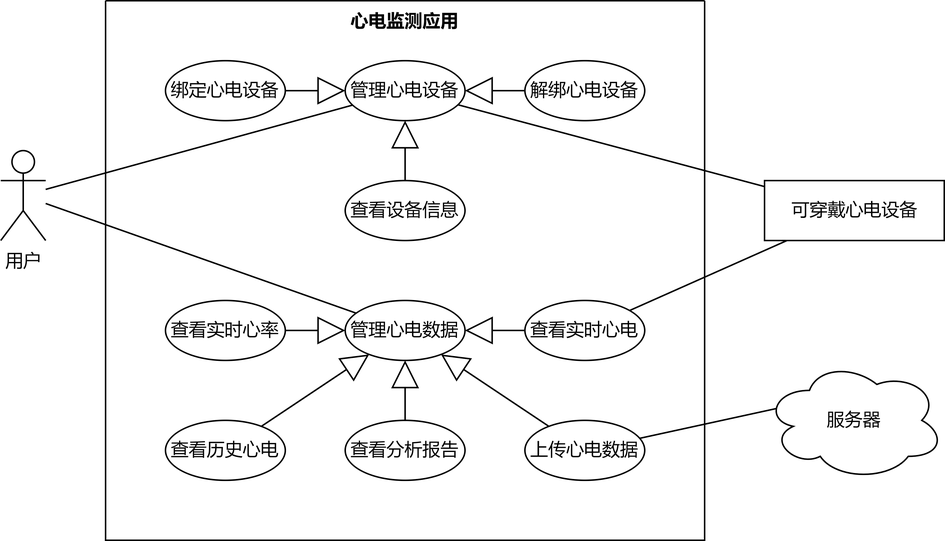
The draw.io diagram assets/use-case.drawio.png in CCXXXI/thesis, before a commit. Source tidied: cells renumbered, new cells last; positions are measured from the earlier drawing's top-left corner, leaving out a move shared by most shapes. Its diagram source:
```xml
<mxGraphModel>
  <root>
    <mxCell id="0" />
    <mxCell id="1" parent="0" />
    <mxCell id="2" style="edgeStyle=none;rounded=0;jettySize=auto;html=1;endArrow=none;endFill=0;" parent="1" edge="1" source="4" target="10">
      <mxGeometry relative="1" as="geometry" />
    </mxCell>
    <mxCell id="3" style="edgeStyle=none;rounded=0;jettySize=auto;html=1;endArrow=none;endFill=0;" parent="1" edge="1" source="4" target="11">
      <mxGeometry relative="1" as="geometry" />
    </mxCell>
    <mxCell id="4" value="用户" style="shape=umlActor;verticalLabelPosition=bottom;verticalAlign=top;html=1;outlineConnect=0;" parent="1" vertex="1">
      <mxGeometry y="100" width="30" height="60" as="geometry" />
    </mxCell>
    <mxCell id="5" style="edgeStyle=none;rounded=0;jettySize=auto;html=1;endArrow=none;endFill=0;exitX=0.07;exitY=0.4;exitDx=0;exitDy=0;exitPerimeter=0;" parent="1" edge="1" source="6" target="22">
      <mxGeometry relative="1" as="geometry" />
    </mxCell>
    <mxCell id="6" value="服务器" style="ellipse;shape=cloud;whiteSpace=wrap;html=1;" parent="1" vertex="1">
      <mxGeometry x="510" y="240" width="120" height="80" as="geometry" />
    </mxCell>
    <mxCell id="7" style="edgeStyle=none;rounded=0;jettySize=auto;html=1;endArrow=none;endFill=0;" parent="1" edge="1" source="29" target="10">
      <mxGeometry relative="1" as="geometry" />
    </mxCell>
    <mxCell id="8" style="swimlane;startSize=0;" parent="1" vertex="1">
      <mxGeometry x="70" width="400" height="360" as="geometry" />
    </mxCell>
    <mxCell id="9" value="心电监测应用" style="text;align=center;fontStyle=1;verticalAlign=middle;spacingLeft=3;spacingRight=3;strokeColor=none;" parent="8" vertex="1">
      <mxGeometry x="160" width="80" height="26" as="geometry" />
    </mxCell>
    <mxCell id="10" value="管理心电设备" style="ellipse;whiteSpace=wrap;html=1;" parent="8" vertex="1">
      <mxGeometry x="160" y="40" width="80" height="40" as="geometry" />
    </mxCell>
    <mxCell id="11" value="管理心电数据" style="ellipse;whiteSpace=wrap;html=1;" parent="8" vertex="1">
      <mxGeometry x="160" y="200" width="80" height="40" as="geometry" />
    </mxCell>
    <mxCell id="12" value="绑定心电设备" style="ellipse;whiteSpace=wrap;html=1;" parent="8" vertex="1">
      <mxGeometry x="40" y="40" width="80" height="40" as="geometry" />
    </mxCell>
    <mxCell id="13" value="解绑心电设备" style="ellipse;whiteSpace=wrap;html=1;" parent="8" vertex="1">
      <mxGeometry x="280" y="40" width="80" height="40" as="geometry" />
    </mxCell>
    <mxCell id="14" value="查看设备信息" style="ellipse;whiteSpace=wrap;html=1;" parent="8" vertex="1">
      <mxGeometry x="160" y="120" width="80" height="40" as="geometry" />
    </mxCell>
    <mxCell id="15" style="endArrow=block;endSize=16;endFill=0;html=1;rounded=0;" parent="8" edge="1" source="12" target="10">
      <mxGeometry relative="1" as="geometry" />
    </mxCell>
    <mxCell id="16" style="endArrow=block;endSize=16;endFill=0;html=1;rounded=0;" parent="8" edge="1" source="14" target="10">
      <mxGeometry relative="1" as="geometry" />
    </mxCell>
    <mxCell id="17" style="endArrow=block;endSize=16;endFill=0;html=1;rounded=0;" parent="8" edge="1" source="13" target="10">
      <mxGeometry relative="1" as="geometry" />
    </mxCell>
    <mxCell id="18" value="查看实时心电" style="ellipse;whiteSpace=wrap;html=1;" parent="8" vertex="1">
      <mxGeometry x="280" y="200" width="80" height="40" as="geometry" />
    </mxCell>
    <mxCell id="19" style="endArrow=block;endSize=16;endFill=0;html=1;rounded=0;" parent="8" edge="1" source="18" target="11">
      <mxGeometry relative="1" as="geometry" />
    </mxCell>
    <mxCell id="20" value="查看分析报告" style="ellipse;whiteSpace=wrap;html=1;" parent="8" vertex="1">
      <mxGeometry x="160" y="280" width="80" height="40" as="geometry" />
    </mxCell>
    <mxCell id="21" style="endArrow=block;endSize=16;endFill=0;html=1;rounded=0;" parent="8" edge="1" source="20" target="11">
      <mxGeometry relative="1" as="geometry" />
    </mxCell>
    <mxCell id="22" value="上传心电数据" style="ellipse;whiteSpace=wrap;html=1;" parent="8" vertex="1">
      <mxGeometry x="280" y="280" width="80" height="40" as="geometry" />
    </mxCell>
    <mxCell id="23" style="endArrow=block;endSize=16;endFill=0;html=1;rounded=0;" parent="8" edge="1" source="22" target="11">
      <mxGeometry relative="1" as="geometry" />
    </mxCell>
    <mxCell id="24" value="查看实时心率" style="ellipse;whiteSpace=wrap;html=1;" parent="8" vertex="1">
      <mxGeometry x="40" y="200" width="80" height="40" as="geometry" />
    </mxCell>
    <mxCell id="25" style="endArrow=block;endSize=16;endFill=0;html=1;rounded=0;" parent="8" edge="1" source="24" target="11">
      <mxGeometry relative="1" as="geometry" />
    </mxCell>
    <mxCell id="26" value="查看历史心电" style="ellipse;whiteSpace=wrap;html=1;" parent="8" vertex="1">
      <mxGeometry x="40" y="280" width="80" height="40" as="geometry" />
    </mxCell>
    <mxCell id="27" style="endArrow=block;endSize=16;endFill=0;html=1;rounded=0;" parent="8" edge="1" source="26" target="11">
      <mxGeometry relative="1" as="geometry" />
    </mxCell>
    <mxCell id="28" style="edgeStyle=none;rounded=0;jettySize=auto;html=1;endArrow=none;endFill=0;" parent="1" edge="1" source="29" target="18">
      <mxGeometry relative="1" as="geometry" />
    </mxCell>
    <mxCell id="29" value="&lt;span style=&quot;&quot;&gt;可穿戴心电设备&lt;/span&gt;" style="html=1;" parent="1" vertex="1">
      <mxGeometry x="510" y="120" width="120" height="40" as="geometry" />
    </mxCell>
  </root>
</mxGraphModel>
```
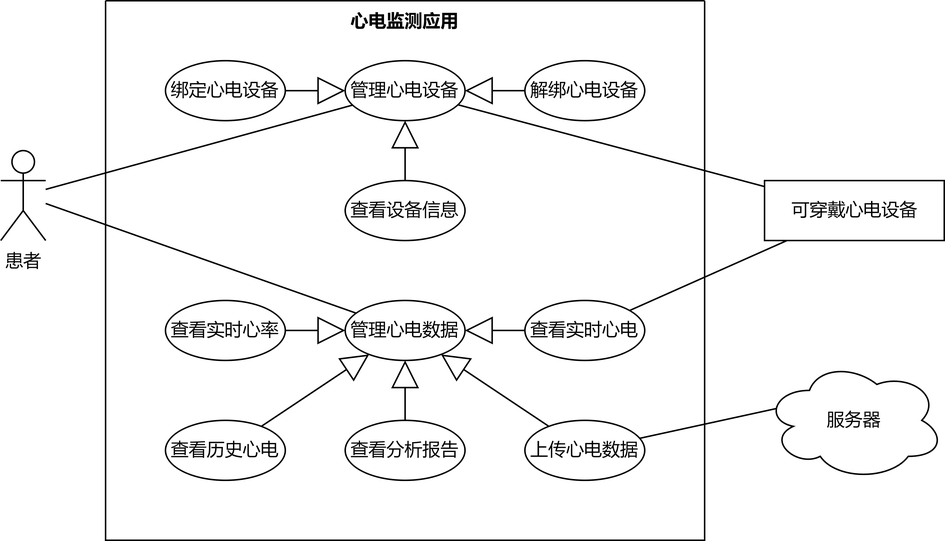
After the change.

Diff of the diagram source:
```diff
@@ -8,7 +8,7 @@
     <mxCell id="3" style="edgeStyle=none;rounded=0;jettySize=auto;html=1;endArrow=none;endFill=0;" parent="1" edge="1" source="4" target="11">
       <mxGeometry relative="1" as="geometry" />
     </mxCell>
-    <mxCell id="4" value="用户" style="shape=umlActor;verticalLabelPosition=bottom;verticalAlign=top;html=1;outlineConnect=0;" parent="1" vertex="1">
+    <mxCell id="4" value="患者" style="shape=umlActor;verticalLabelPosition=bottom;verticalAlign=top;html=1;outlineConnect=0;" parent="1" vertex="1">
       <mxGeometry y="100" width="30" height="60" as="geometry" />
     </mxCell>
     <mxCell id="5" style="edgeStyle=none;rounded=0;jettySize=auto;html=1;endArrow=none;endFill=0;exitX=0.07;exitY=0.4;exitDx=0;exitDy=0;exitPerimeter=0;" parent="1" edge="1" source="6" target="22">
```
